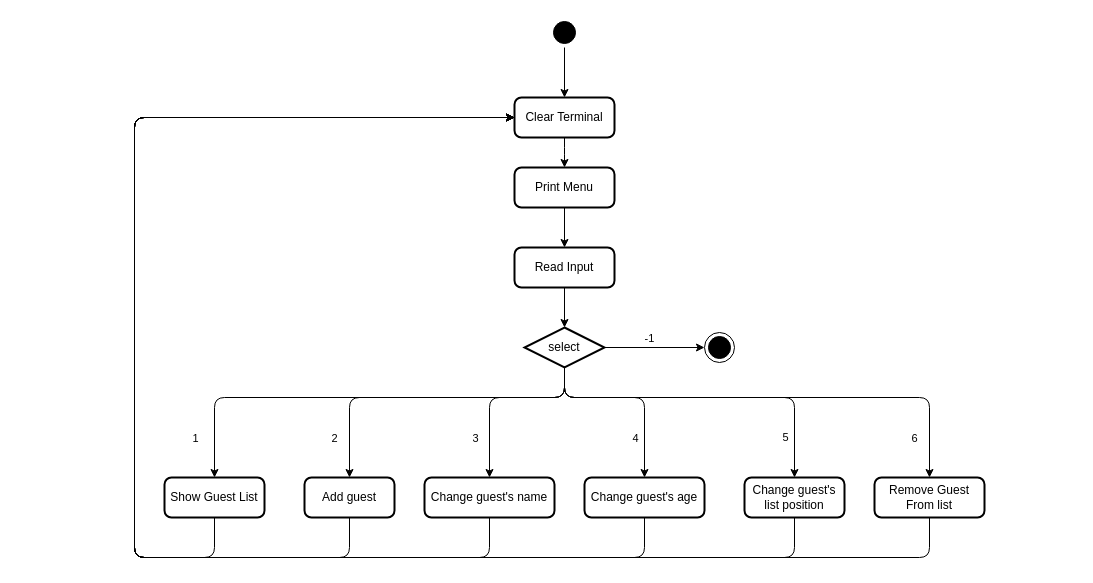
This is Assignments/A01/ActivityDiagram.drawio from mnerv/da339a, a draw.io file, before an edit. Source tidied: cells renumbered, new cells numbered last; positions are measured from the earlier drawing's top-left corner, leaving out a move shared by most shapes. Both pictures are drawn from the tidied source at 100%, with x=0, y=0 at pixel (134, 17).
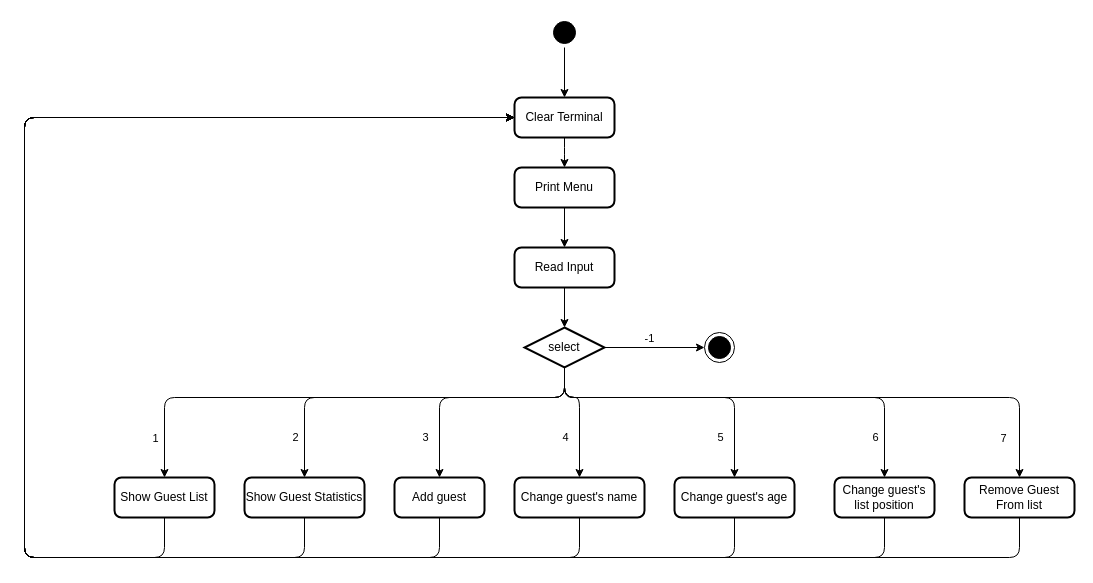
The same page after the edit.

Commit message (it also covers changes not shown here):
Fixed statistic calculation bug

Fixes so that age cannot be less than 0

Fixes so name cannot be just spaces

The change refers to these unchanged cells:
```xml
<mxCell id="23" value="select" style="rhombus;whiteSpace=wrap;html=1;strokeWidth=2;rounded=0;" parent="1" vertex="1">
  <mxGeometry x="390" y="310" width="80" height="40" as="geometry" />
</mxCell>
<mxCell id="37" value="Clear Terminal" style="rounded=1;whiteSpace=wrap;html=1;absoluteArcSize=1;arcSize=14;strokeWidth=2;" parent="1" vertex="1">
  <mxGeometry x="380" y="80" width="100" height="40" as="geometry" />
</mxCell>
```

The edit, as a diff of the source:
```diff
@@
     <mxCell id="11" style="edgeStyle=orthogonalEdgeStyle;rounded=1;jettySize=auto;html=1;strokeColor=#000000;" parent="1" edge="1" source="23" target="25">
       <mxGeometry relative="1" as="geometry">
         <Array as="points">
           <mxPoint x="430" y="380" />
-          <mxPoint x="80" y="380" />
+          <mxPoint x="30" y="380" />
         </Array>
       </mxGeometry>
     </mxCell>
     <mxCell id="12" value="1" style="edgeLabel;html=1;align=center;verticalAlign=middle;" parent="11" vertex="1">
       <mxGeometry x="-0.14" y="1" relative="1" as="geometry">
-        <mxPoint x="-201.7" y="39" as="offset" />
+        <mxPoint x="-220.5" y="39" as="offset" />
       </mxGeometry>
     </mxCell>
     <mxCell id="13" style="edgeStyle=orthogonalEdgeStyle;rounded=1;jettySize=auto;html=1;strokeColor=#000000;" parent="1" edge="1" source="23" target="27">
       <mxGeometry relative="1" as="geometry">
         <Array as="points">
           <mxPoint x="430" y="380" />
-          <mxPoint x="795" y="380" />
+          <mxPoint x="885" y="380" />
         </Array>
       </mxGeometry>
     </mxCell>
-    <mxCell id="14" value="6" style="edgeLabel;html=1;align=center;verticalAlign=middle;" parent="13" vertex="1">
+    <mxCell id="14" value="7" style="edgeLabel;html=1;align=center;verticalAlign=middle;" parent="13" vertex="1">
       <mxGeometry x="0.35" y="3" relative="1" as="geometry">
-        <mxPoint x="58.3" y="43" as="offset" />
+        <mxPoint x="87.5" y="43" as="offset" />
       </mxGeometry>
     </mxCell>
     <mxCell id="15" style="edgeStyle=orthogonalEdgeStyle;rounded=1;jettySize=auto;html=1;entryX=0.5;entryY=0;entryDx=0;entryDy=0;strokeColor=#000000;" parent="1" edge="1" source="23" target="29">
       <mxGeometry relative="1" as="geometry">
         <Array as="points">
           <mxPoint x="430" y="380" />
-          <mxPoint x="215" y="380" />
+          <mxPoint x="305" y="380" />
         </Array>
       </mxGeometry>
     </mxCell>
-    <mxCell id="16" value="2" style="edgeLabel;html=1;align=center;verticalAlign=middle;" parent="15" vertex="1">
+    <mxCell id="16" value="3" style="edgeLabel;html=1;align=center;verticalAlign=middle;" parent="15" vertex="1">
       <mxGeometry x="0.37" y="4" relative="1" as="geometry">
-        <mxPoint x="-37.5" y="36" as="offset" />
+        <mxPoint x="-19" y="33.8" as="offset" />
       </mxGeometry>
     </mxCell>
     <mxCell id="17" style="edgeStyle=orthogonalEdgeStyle;rounded=1;jettySize=auto;html=1;strokeColor=#000000;" parent="1" edge="1" source="23" target="31">
       <mxGeometry relative="1" as="geometry">
         <Array as="points">
           <mxPoint x="430" y="380" />
-          <mxPoint x="355" y="380" />
+          <mxPoint x="445" y="380" />
         </Array>
       </mxGeometry>
     </mxCell>
-    <mxCell id="18" value="3" style="edgeLabel;html=1;align=center;verticalAlign=middle;" parent="17" vertex="1">
+    <mxCell id="18" value="4" style="edgeLabel;html=1;align=center;verticalAlign=middle;" parent="17" vertex="1">
       <mxGeometry x="0.06" relative="1" as="geometry">
-        <mxPoint x="-21.7" y="40" as="offset" />
+        <mxPoint x="-15" y="18.6" as="offset" />
       </mxGeometry>
     </mxCell>
     <mxCell id="19" style="edgeStyle=orthogonalEdgeStyle;rounded=1;jettySize=auto;html=1;strokeColor=#000000;" parent="1" edge="1" source="23" target="33">
       <mxGeometry relative="1" as="geometry">
         <Array as="points">
           <mxPoint x="430" y="380" />
-          <mxPoint x="510" y="380" />
+          <mxPoint x="600" y="380" />
         </Array>
       </mxGeometry>
     </mxCell>
-    <mxCell id="20" value="4" style="edgeLabel;html=1;align=center;verticalAlign=middle;" parent="19" vertex="1">
+    <mxCell id="20" value="5" style="edgeLabel;html=1;align=center;verticalAlign=middle;" parent="19" vertex="1">
       <mxGeometry x="0.63" y="2" relative="1" as="geometry">
-        <mxPoint x="-12" y="-5" as="offset" />
+        <mxPoint x="-17" y="11.6" as="offset" />
       </mxGeometry>
     </mxCell>
     <mxCell id="21" style="edgeStyle=orthogonalEdgeStyle;rounded=1;jettySize=auto;html=1;strokeColor=#000000;" parent="1" edge="1" source="23" target="35">
       <mxGeometry relative="1" as="geometry">
         <Array as="points">
           <mxPoint x="430" y="380" />
-          <mxPoint x="660" y="380" />
+          <mxPoint x="750" y="380" />
         </Array>
       </mxGeometry>
     </mxCell>
-    <mxCell id="22" value="5" style="edgeLabel;html=1;align=center;verticalAlign=middle;" parent="21" vertex="1">
+    <mxCell id="22" value="6" style="edgeLabel;html=1;align=center;verticalAlign=middle;" parent="21" vertex="1">
       <mxGeometry x="0.73" y="-1" relative="1" as="geometry">
-        <mxPoint x="-9" y="5" as="offset" />
+        <mxPoint x="-9" y="17.2" as="offset" />
       </mxGeometry>
     </mxCell>
+    <mxCell id="38" style="edgeStyle=orthogonalEdgeStyle;rounded=1;jettySize=auto;html=1;exitX=0.5;exitY=1;exitDx=0;exitDy=0;" parent="1" edge="1" source="23" target="41">
+      <mxGeometry relative="1" as="geometry">
+        <Array as="points">
+          <mxPoint x="430" y="380" />
+          <mxPoint x="170" y="380" />
+        </Array>
+      </mxGeometry>
+    </mxCell>
+    <mxCell id="39" value="2" style="edgeLabel;html=1;align=center;verticalAlign=middle;" parent="38" vertex="1">
+      <mxGeometry x="0.71" y="-2" relative="1" as="geometry">
+        <mxPoint x="-8" y="13.4" as="offset" />
+      </mxGeometry>
+    </mxCell>
@@
     <mxCell id="24" style="edgeStyle=orthogonalEdgeStyle;rounded=1;jettySize=auto;html=1;strokeColor=#000000;" parent="1" edge="1" source="25" target="37">
       <mxGeometry relative="1" as="geometry">
         <Array as="points">
-          <mxPoint x="80" y="540" />
-          <mxPoint y="540" />
-          <mxPoint y="100" />
+          <mxPoint x="30" y="540" />
+          <mxPoint x="-110" y="540" />
+          <mxPoint x="-110" y="100" />
         </Array>
       </mxGeometry>
     </mxCell>
     <mxCell id="25" value="Show Guest List" style="rounded=1;whiteSpace=wrap;html=1;absoluteArcSize=1;arcSize=14;strokeWidth=2;" parent="1" vertex="1">
-      <mxGeometry x="30" y="460" width="100" height="40" as="geometry" />
+      <mxGeometry x="-20" y="460" width="100" height="40" as="geometry" />
     </mxCell>
     <mxCell id="26" style="edgeStyle=orthogonalEdgeStyle;rounded=1;jettySize=auto;html=1;exitX=0.5;exitY=1;exitDx=0;exitDy=0;strokeColor=#000000;" parent="1" edge="1" source="27" target="37">
       <mxGeometry relative="1" as="geometry">
         <Array as="points">
-          <mxPoint x="795" y="540" />
-          <mxPoint y="540" />
-          <mxPoint y="100" />
+          <mxPoint x="885" y="540" />
+          <mxPoint x="-110" y="540" />
+          <mxPoint x="-110" y="100" />
         </Array>
       </mxGeometry>
     </mxCell>
     <mxCell id="27" value="Remove Guest From list" style="rounded=1;whiteSpace=wrap;html=1;absoluteArcSize=1;arcSize=14;strokeWidth=2;" parent="1" vertex="1">
-      <mxGeometry x="740" y="460" width="110" height="40" as="geometry" />
+      <mxGeometry x="830" y="460" width="110" height="40" as="geometry" />
     </mxCell>
     <mxCell id="28" style="edgeStyle=orthogonalEdgeStyle;rounded=1;jettySize=auto;html=1;exitX=0.5;exitY=1;exitDx=0;exitDy=0;strokeColor=#000000;" parent="1" edge="1" source="29" target="37">
       <mxGeometry relative="1" as="geometry">
         <Array as="points">
-          <mxPoint x="215" y="540" />
-          <mxPoint y="540" />
-          <mxPoint y="100" />
+          <mxPoint x="305" y="540" />
+          <mxPoint x="-110" y="540" />
+          <mxPoint x="-110" y="100" />
         </Array>
       </mxGeometry>
     </mxCell>
     <mxCell id="29" value="Add guest" style="rounded=1;whiteSpace=wrap;html=1;absoluteArcSize=1;arcSize=14;strokeWidth=2;" parent="1" vertex="1">
-      <mxGeometry x="170" y="460" width="90" height="40" as="geometry" />
+      <mxGeometry x="260" y="460" width="90" height="40" as="geometry" />
     </mxCell>
     <mxCell id="30" style="edgeStyle=orthogonalEdgeStyle;rounded=1;jettySize=auto;html=1;exitX=0.5;exitY=1;exitDx=0;exitDy=0;strokeColor=#000000;" parent="1" edge="1" source="31" target="37">
       <mxGeometry relative="1" as="geometry">
         <Array as="points">
-          <mxPoint x="355" y="540" />
-          <mxPoint y="540" />
-          <mxPoint y="100" />
+          <mxPoint x="445" y="540" />
+          <mxPoint x="-110" y="540" />
+          <mxPoint x="-110" y="100" />
         </Array>
       </mxGeometry>
     </mxCell>
     <mxCell id="31" value="Change guest's name" style="rounded=1;whiteSpace=wrap;html=1;absoluteArcSize=1;arcSize=14;strokeWidth=2;" parent="1" vertex="1">
-      <mxGeometry x="290" y="460" width="130" height="40" as="geometry" />
+      <mxGeometry x="380" y="460" width="130" height="40" as="geometry" />
     </mxCell>
     <mxCell id="32" style="edgeStyle=orthogonalEdgeStyle;rounded=1;jettySize=auto;html=1;strokeColor=#000000;" parent="1" edge="1" source="33" target="37">
       <mxGeometry relative="1" as="geometry">
         <Array as="points">
-          <mxPoint x="510" y="540" />
-          <mxPoint y="540" />
-          <mxPoint y="100" />
+          <mxPoint x="600" y="540" />
+          <mxPoint x="-110" y="540" />
+          <mxPoint x="-110" y="100" />
         </Array>
       </mxGeometry>
     </mxCell>
     <mxCell id="33" value="Change guest's age" style="rounded=1;whiteSpace=wrap;html=1;absoluteArcSize=1;arcSize=14;strokeWidth=2;" parent="1" vertex="1">
-      <mxGeometry x="450" y="460" width="120" height="40" as="geometry" />
+      <mxGeometry x="540" y="460" width="120" height="40" as="geometry" />
     </mxCell>
     <mxCell id="34" style="edgeStyle=orthogonalEdgeStyle;rounded=1;jettySize=auto;html=1;strokeColor=#000000;" parent="1" edge="1" source="35" target="37">
       <mxGeometry relative="1" as="geometry">
         <Array as="points">
-          <mxPoint x="660" y="540" />
-          <mxPoint y="540" />
-          <mxPoint y="100" />
+          <mxPoint x="750" y="540" />
+          <mxPoint x="-110" y="540" />
+          <mxPoint x="-110" y="100" />
         </Array>
       </mxGeometry>
     </mxCell>
     <mxCell id="35" value="Change guest's list position" style="rounded=1;whiteSpace=wrap;html=1;absoluteArcSize=1;arcSize=14;strokeWidth=2;" parent="1" vertex="1">
-      <mxGeometry x="610" y="460" width="100" height="40" as="geometry" />
+      <mxGeometry x="700" y="460" width="100" height="40" as="geometry" />
     </mxCell>
@@
+    <mxCell id="40" style="edgeStyle=orthogonalEdgeStyle;rounded=1;jettySize=auto;html=1;" parent="1" edge="1" source="41" target="37">
+      <mxGeometry relative="1" as="geometry">
+        <Array as="points">
+          <mxPoint x="170" y="540" />
+          <mxPoint x="-110" y="540" />
+          <mxPoint x="-110" y="100" />
+        </Array>
+      </mxGeometry>
+    </mxCell>
+    <mxCell id="41" value="Show Guest Statistics" style="rounded=1;whiteSpace=wrap;html=1;absoluteArcSize=1;arcSize=14;strokeWidth=2;" parent="1" vertex="1">
+      <mxGeometry x="110" y="460" width="120" height="40" as="geometry" />
+    </mxCell>
```
